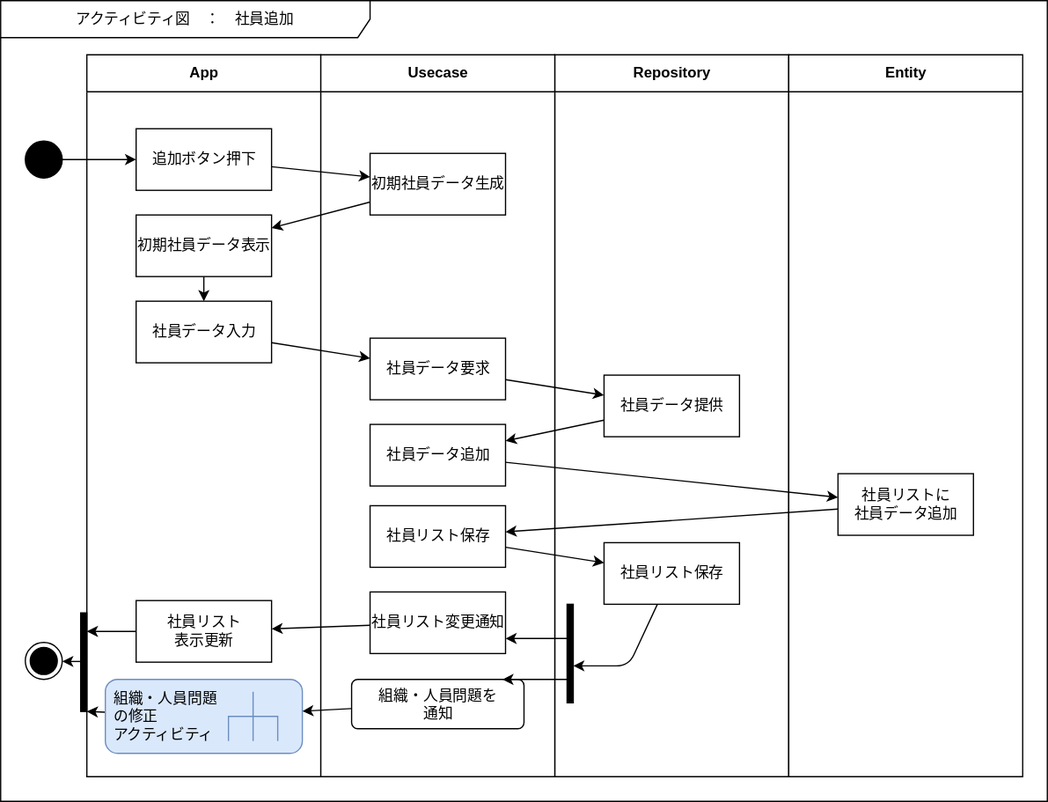
bosssanovar/LightMvvmSample keeps this draw.io diagram as Designs/アクティビティ/社員追加.svg. Above is the earlier version. Source tidied: cells renumbered, new cells last; positions are measured from the earlier drawing's top-left corner, leaving out a move shared by most shapes.
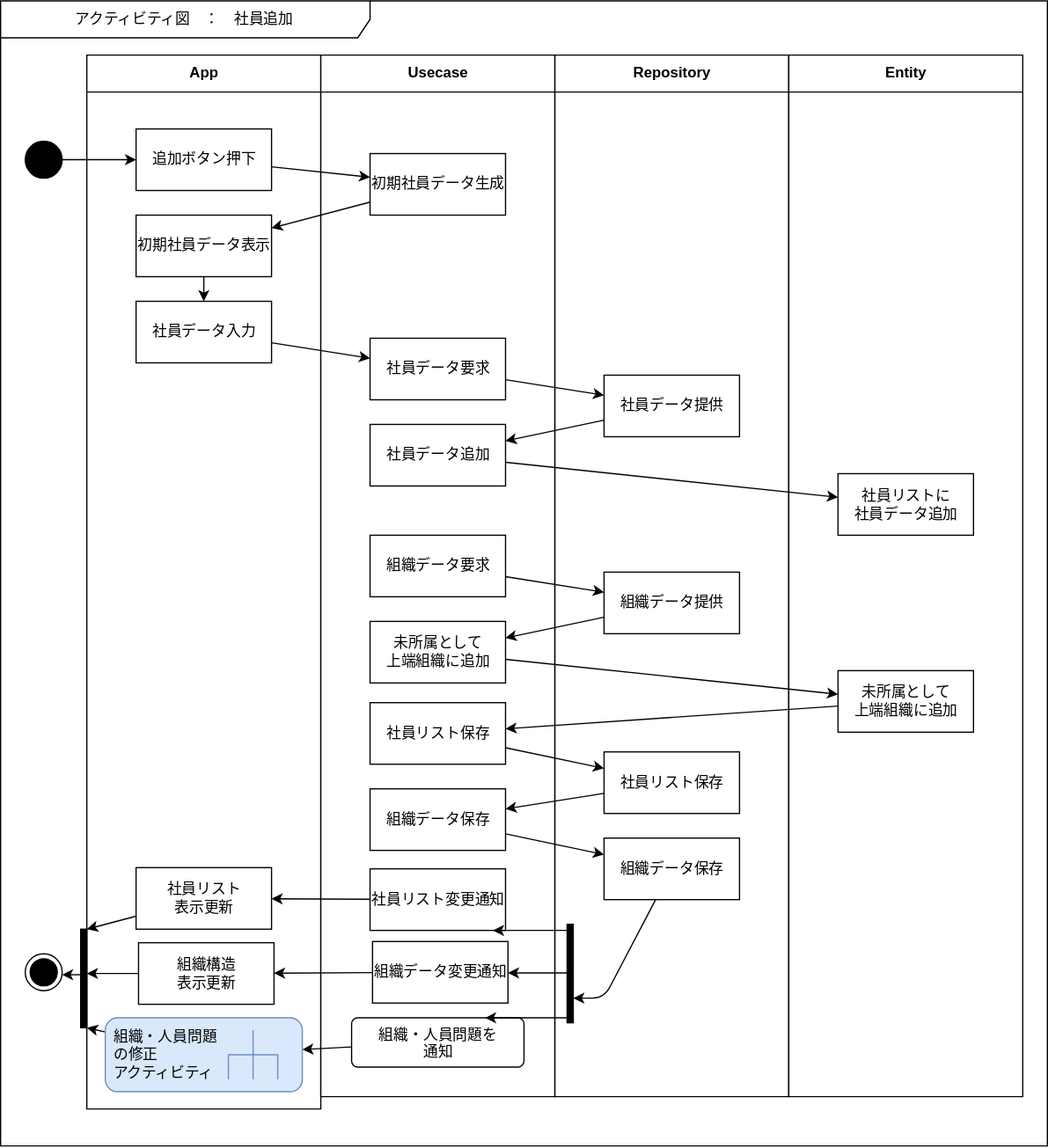
Above is the later version.

Change to the diagram source:
```diff
@@ -3,35 +3,28 @@
     <mxCell id="0" />
     <mxCell id="1" parent="0" />
     <mxCell id="2" value="アクティビティ図　：　社員追加" style="shape=umlFrame;whiteSpace=wrap;html=1;swimlaneFillColor=#FFFFFF;width=300;height=30;" parent="1" vertex="1">
-      <mxGeometry width="850" height="650" as="geometry" />
+      <mxGeometry width="850" height="930" as="geometry" />
     </mxCell>
     <mxCell id="3" value="Repository" style="swimlane;fontStyle=1;align=center;horizontal=1;startSize=30;html=1;swimlaneFillColor=#FFFFFF;" parent="1" vertex="1">
-      <mxGeometry x="450" y="44" width="190" height="586" as="geometry" />
+      <mxGeometry x="450" y="44" width="190" height="846" as="geometry" />
     </mxCell>
     <mxCell id="4" value="社員データ提供" style="html=1;" parent="3" vertex="1">
       <mxGeometry x="40" y="260" width="110" height="50" as="geometry" />
     </mxCell>
-    <mxCell id="5" style="edgeStyle=none;html=1;" parent="3" edge="1" source="6" target="7">
-      <mxGeometry relative="1" as="geometry">
-        <Array as="points">
-          <mxPoint x="60" y="496" />
-        </Array>
-      </mxGeometry>
-    </mxCell>
     <mxCell id="6" value="社員リスト保存" style="html=1;" parent="3" vertex="1">
-      <mxGeometry x="40" y="396" width="110" height="50" as="geometry" />
+      <mxGeometry x="40" y="566" width="110" height="50" as="geometry" />
     </mxCell>
     <mxCell id="7" style="html=1;points=[];perimeter=orthogonalPerimeter;fillColor=strokeColor;" parent="3" vertex="1">
-      <mxGeometry x="10" y="446" width="5" height="80" as="geometry" />
+      <mxGeometry x="10" y="706" width="5" height="80" as="geometry" />
     </mxCell>
     <mxCell id="8" value="Entity" style="swimlane;fontStyle=1;align=center;horizontal=1;startSize=30;html=1;swimlaneFillColor=#FFFFFF;" parent="1" vertex="1">
-      <mxGeometry x="640" y="44" width="190" height="586" as="geometry" />
+      <mxGeometry x="640" y="44" width="190" height="846" as="geometry" />
     </mxCell>
     <mxCell id="9" value="社員リストに&lt;br&gt;社員データ追加" style="html=1;" parent="8" vertex="1">
       <mxGeometry x="40" y="340" width="110" height="50" as="geometry" />
     </mxCell>
     <mxCell id="10" value="App" style="swimlane;fontStyle=1;align=center;horizontal=1;startSize=30;html=1;swimlaneFillColor=#FFFFFF;" parent="1" vertex="1">
-      <mxGeometry x="70" y="44" width="190" height="586" as="geometry" />
+      <mxGeometry x="70" y="44" width="190" height="856" as="geometry" />
     </mxCell>
     <mxCell id="11" value="追加ボタン押下" style="html=1;" parent="10" vertex="1">
       <mxGeometry x="40" y="60" width="110" height="50" as="geometry" />
@@ -46,7 +39,7 @@
       <mxGeometry x="40" y="200" width="110" height="50" as="geometry" />
     </mxCell>
     <mxCell id="15" value="Usecase" style="swimlane;fontStyle=1;align=center;horizontal=1;startSize=30;html=1;swimlaneFillColor=#FFFFFF;" parent="1" vertex="1">
-      <mxGeometry x="260" y="44" width="190" height="586" as="geometry" />
+      <mxGeometry x="260" y="44" width="190" height="846" as="geometry" />
     </mxCell>
     <mxCell id="16" value="初期社員データ生成" style="html=1;" parent="15" vertex="1">
       <mxGeometry x="40" y="80" width="110" height="50" as="geometry" />
@@ -58,10 +51,10 @@
       <mxGeometry x="40" y="300" width="110" height="50" as="geometry" />
     </mxCell>
     <mxCell id="19" value="社員リスト保存" style="html=1;" parent="15" vertex="1">
-      <mxGeometry x="40" y="366" width="110" height="50" as="geometry" />
+      <mxGeometry x="40" y="526" width="110" height="50" as="geometry" />
     </mxCell>
     <mxCell id="20" value="社員リスト変更通知" style="html=1;" parent="15" vertex="1">
-      <mxGeometry x="40" y="436" width="110" height="50" as="geometry" />
+      <mxGeometry x="40" y="661" width="110" height="50" as="geometry" />
     </mxCell>
     <mxCell id="21" style="edgeStyle=none;html=1;" parent="1" edge="1" source="22" target="11">
       <mxGeometry relative="1" as="geometry" />
@@ -91,7 +84,7 @@
       <mxGeometry relative="1" as="geometry" />
     </mxCell>
     <mxCell id="30" value="社員リスト&lt;br&gt;表示更新" style="html=1;" parent="1" vertex="1">
-      <mxGeometry x="110" y="487" width="110" height="50" as="geometry" />
+      <mxGeometry x="110" y="704" width="110" height="50" as="geometry" />
     </mxCell>
     <mxCell id="31" style="edgeStyle=none;html=1;" parent="1" edge="1" source="19" target="6">
       <mxGeometry relative="1" as="geometry" />
@@ -100,19 +93,16 @@
       <mxGeometry relative="1" as="geometry" />
     </mxCell>
     <mxCell id="33" style="ellipse;html=1;shape=endState;fillColor=strokeColor;" parent="1" vertex="1">
-      <mxGeometry x="20" y="521" width="30" height="30" as="geometry" />
+      <mxGeometry x="20" y="774" width="30" height="30" as="geometry" />
     </mxCell>
-    <mxCell id="34" style="edgeStyle=none;html=1;" parent="1" edge="1" source="9" target="19">
-      <mxGeometry relative="1" as="geometry" />
-    </mxCell>
     <mxCell id="35" style="edgeStyle=none;html=1;" parent="1" edge="1" source="36" target="42">
       <mxGeometry relative="1" as="geometry" />
     </mxCell>
     <mxCell id="36" value="組織・人員問題&lt;br&gt;の修正&lt;br&gt;アクティビティ" style="shape=mxgraph.uml25.behaviorAction;html=1;rounded=1;absoluteArcSize=1;arcSize=10;align=left;spacingLeft=5;fillColor=#dae8fc;strokeColor=#6c8ebf;" parent="1" vertex="1">
-      <mxGeometry x="85" y="551" width="160" height="60" as="geometry" />
+      <mxGeometry x="85" y="826" width="160" height="60" as="geometry" />
     </mxCell>
     <mxCell id="37" value="組織・人員問題を&lt;br&gt;通知" style="html=1;align=center;verticalAlign=top;rounded=1;absoluteArcSize=1;arcSize=10;dashed=0;" parent="1" vertex="1">
-      <mxGeometry x="285" y="551" width="140" height="40" as="geometry" />
+      <mxGeometry x="285" y="826" width="140" height="40" as="geometry" />
     </mxCell>
     <mxCell id="38" style="edgeStyle=none;html=1;" parent="1" edge="1" source="37" target="36">
       <mxGeometry relative="1" as="geometry" />
@@ -127,7 +117,65 @@
       <mxGeometry relative="1" as="geometry" />
     </mxCell>
     <mxCell id="42" style="html=1;points=[];perimeter=orthogonalPerimeter;fillColor=strokeColor;" parent="1" vertex="1">
-      <mxGeometry x="65" y="497" width="5" height="80" as="geometry" />
+      <mxGeometry x="65" y="754" width="5" height="80" as="geometry" />
     </mxCell>
+    <mxCell id="43" value="組織データ提供" style="html=1;" parent="1" vertex="1">
+      <mxGeometry x="490" y="464" width="110" height="50" as="geometry" />
+    </mxCell>
+    <mxCell id="44" style="edgeStyle=none;html=1;" parent="1" edge="1" source="45" target="19">
+      <mxGeometry relative="1" as="geometry" />
+    </mxCell>
+    <mxCell id="45" value="未所属として&lt;br style=&quot;border-color: var(--border-color);&quot;&gt;上端組織に追加" style="html=1;" parent="1" vertex="1">
+      <mxGeometry x="680" y="544" width="110" height="50" as="geometry" />
+    </mxCell>
+    <mxCell id="46" value="組織データ要求" style="html=1;" parent="1" vertex="1">
+      <mxGeometry x="300" y="434" width="110" height="50" as="geometry" />
+    </mxCell>
+    <mxCell id="47" value="未所属として&lt;br&gt;上端組織に追加" style="html=1;" parent="1" vertex="1">
+      <mxGeometry x="300" y="504" width="110" height="50" as="geometry" />
+    </mxCell>
+    <mxCell id="48" style="edgeStyle=none;html=1;" parent="1" edge="1" source="46" target="43">
+      <mxGeometry relative="1" as="geometry" />
+    </mxCell>
+    <mxCell id="49" style="edgeStyle=none;html=1;" parent="1" edge="1" source="43" target="47">
+      <mxGeometry relative="1" as="geometry" />
+    </mxCell>
+    <mxCell id="50" style="edgeStyle=none;html=1;" parent="1" edge="1" source="47" target="45">
+      <mxGeometry relative="1" as="geometry" />
+    </mxCell>
+    <mxCell id="51" style="edgeStyle=none;html=1;" parent="1" edge="1" source="52" target="7">
+      <mxGeometry relative="1" as="geometry">
+        <Array as="points">
+          <mxPoint x="490" y="810" />
+        </Array>
+      </mxGeometry>
+    </mxCell>
+    <mxCell id="52" value="組織データ保存" style="html=1;" parent="1" vertex="1">
+      <mxGeometry x="490" y="680" width="110" height="50" as="geometry" />
+    </mxCell>
+    <mxCell id="53" value="組織データ保存" style="html=1;" parent="1" vertex="1">
+      <mxGeometry x="300" y="640" width="110" height="50" as="geometry" />
+    </mxCell>
+    <mxCell id="54" style="edgeStyle=none;html=1;" parent="1" edge="1" source="53" target="52">
+      <mxGeometry relative="1" as="geometry" />
+    </mxCell>
+    <mxCell id="55" style="edgeStyle=none;html=1;" parent="1" edge="1" source="6" target="53">
+      <mxGeometry relative="1" as="geometry" />
+    </mxCell>
+    <mxCell id="56" value="組織データ変更通知" style="html=1;" parent="1" vertex="1">
+      <mxGeometry x="302" y="764" width="110" height="50" as="geometry" />
+    </mxCell>
+    <mxCell id="57" style="edgeStyle=none;html=1;" parent="1" edge="1" source="58" target="42">
+      <mxGeometry relative="1" as="geometry" />
+    </mxCell>
+    <mxCell id="58" value="組織構造&lt;br&gt;表示更新" style="html=1;" parent="1" vertex="1">
+      <mxGeometry x="112" y="765" width="110" height="50" as="geometry" />
+    </mxCell>
+    <mxCell id="59" style="edgeStyle=none;html=1;" parent="1" edge="1" source="56" target="58">
+      <mxGeometry relative="1" as="geometry" />
+    </mxCell>
+    <mxCell id="60" style="edgeStyle=none;html=1;" parent="1" edge="1" source="7" target="56">
+      <mxGeometry relative="1" as="geometry" />
+    </mxCell>
   </root>
 </mxGraphModel>
```
